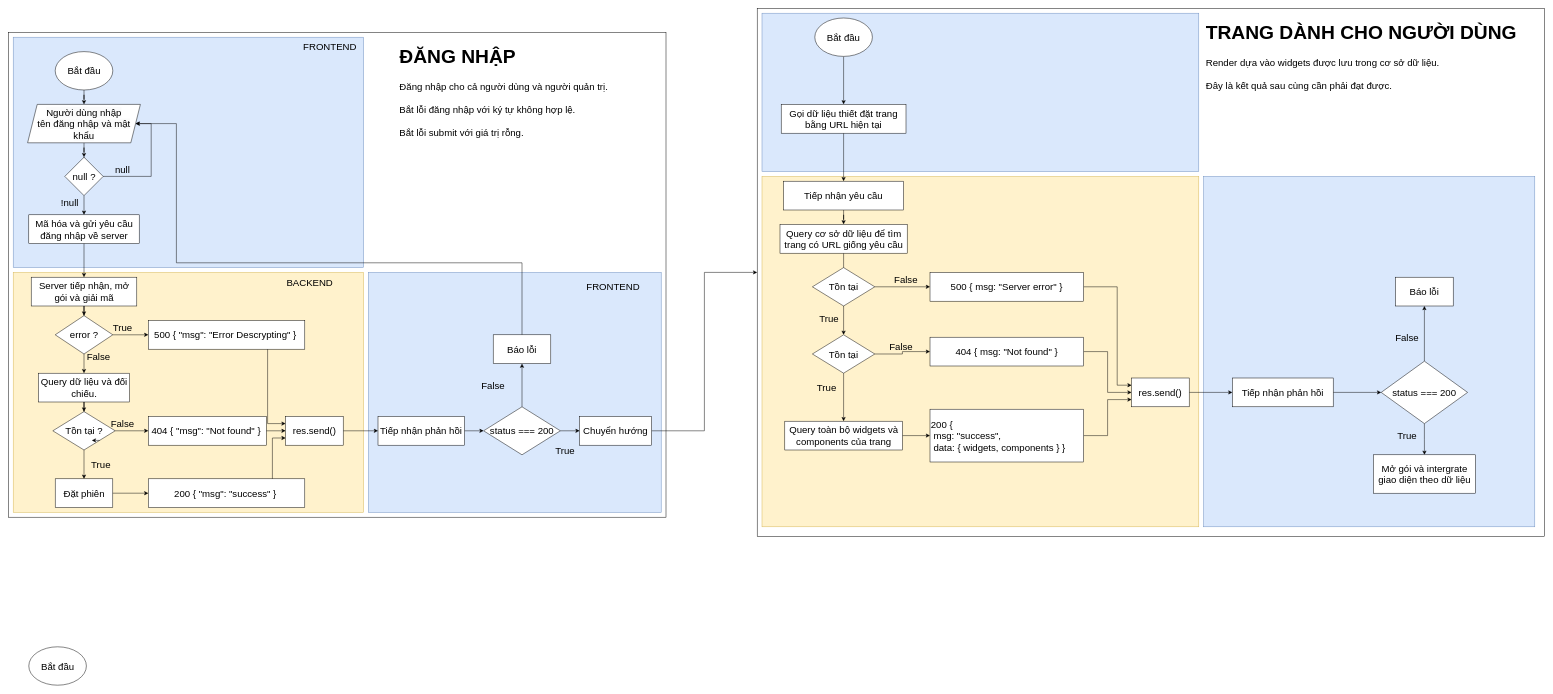
Before: LogicWorkflow.drawio in dbdev2912/khong_dc_khau_nghiep, a draw.io diagram. Source tidied: cells renumbered, new cells numbered last; positions are measured from the earlier drawing's top-left corner, leaving out a move shared by most shapes. Both pictures are drawn from the tidied source at 48%, with x=0, y=0 at pixel (8, 8).
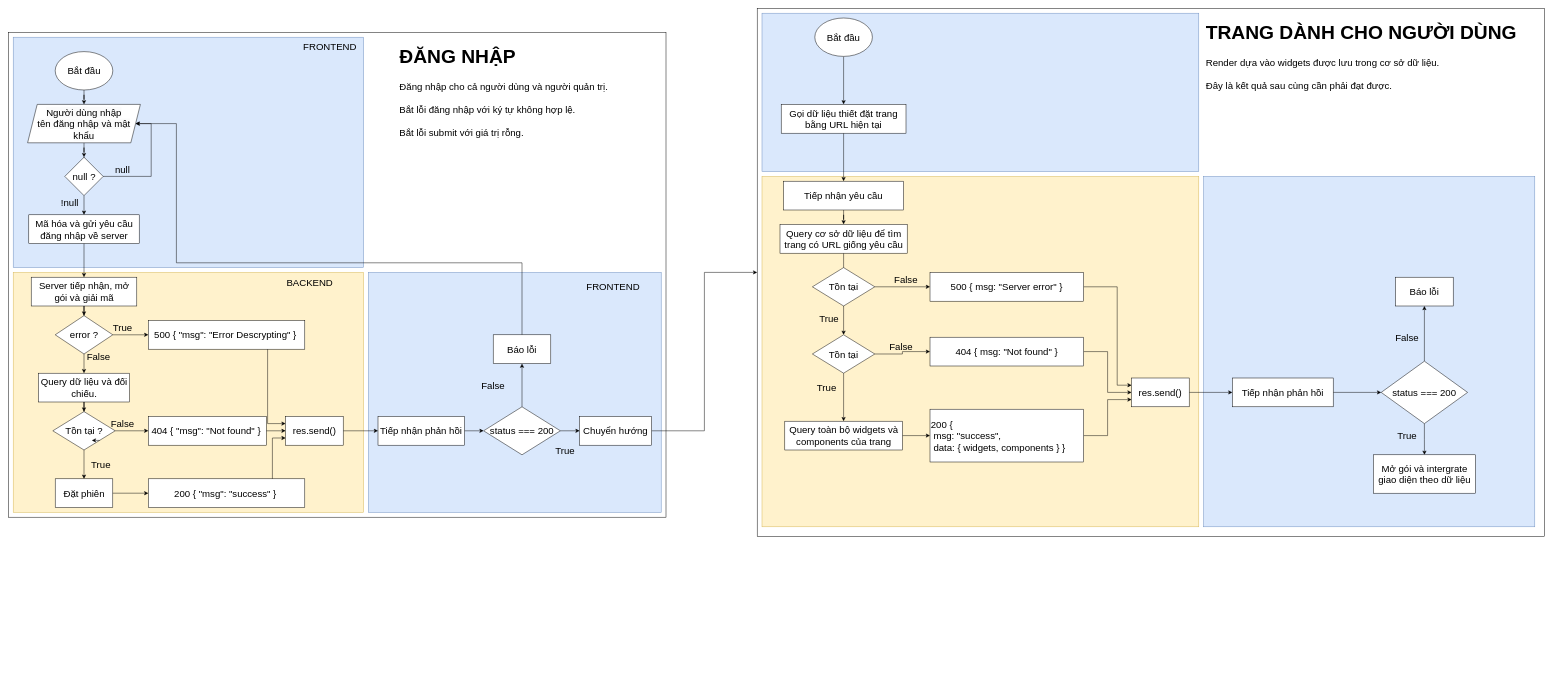
Above is the later version.

Commit message:
Cập nhật LogicWorkflow.drawio

Diff of the diagram source:
```diff
@@
-    <mxCell id="99" value="Bắt đầu" style="ellipse;whiteSpace=wrap;html=1;fontSize=20;" parent="1" vertex="1">
-      <mxGeometry x="42.5" y="1330" width="120" height="80" as="geometry" />
-    </mxCell>
```
